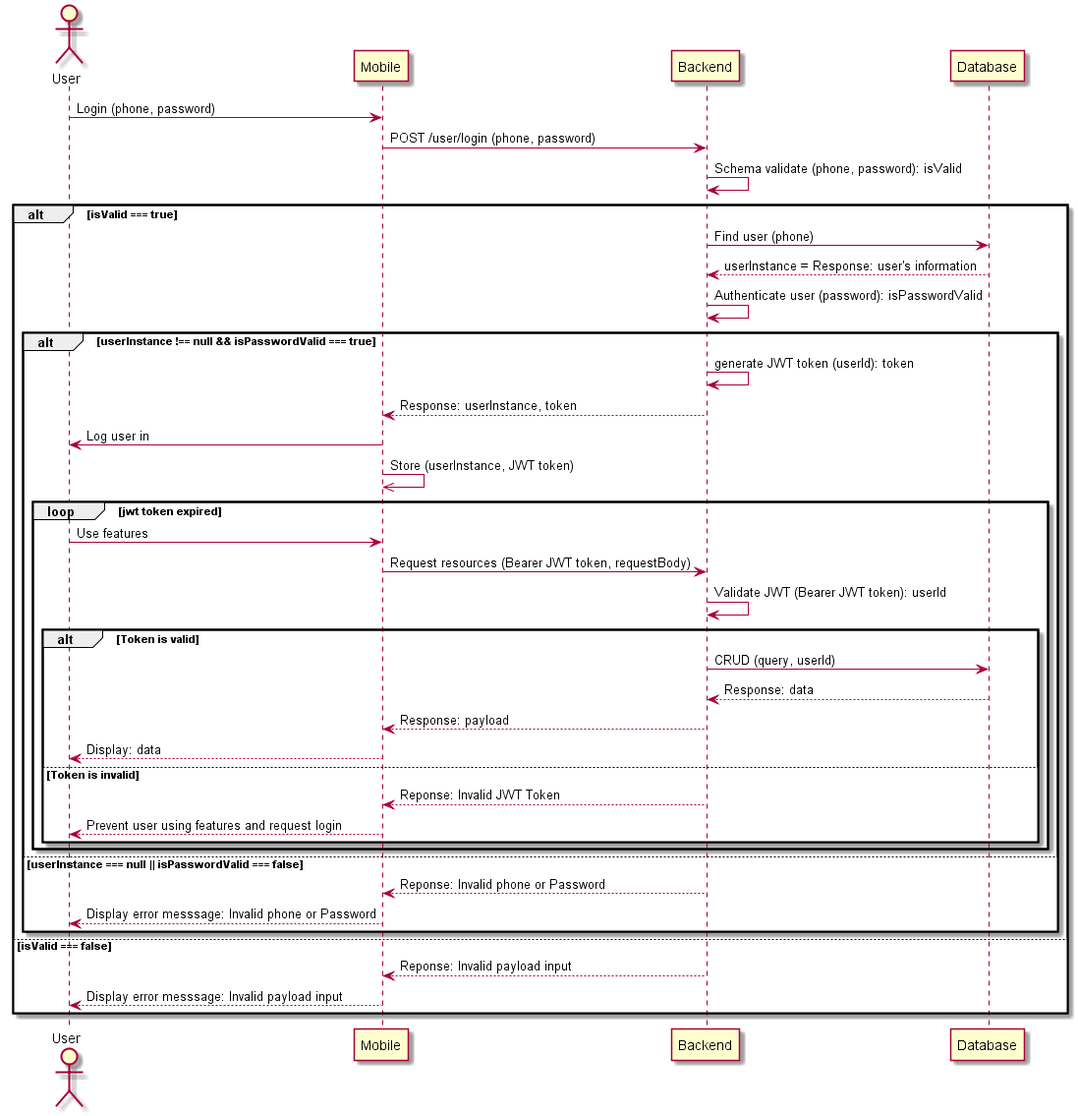
Earlier version of the PlantUML export out/diagrams/loginSequenceDiagram/loginSequenceDiagram.png (miketuannguyen/PizzaApp-PYCO).
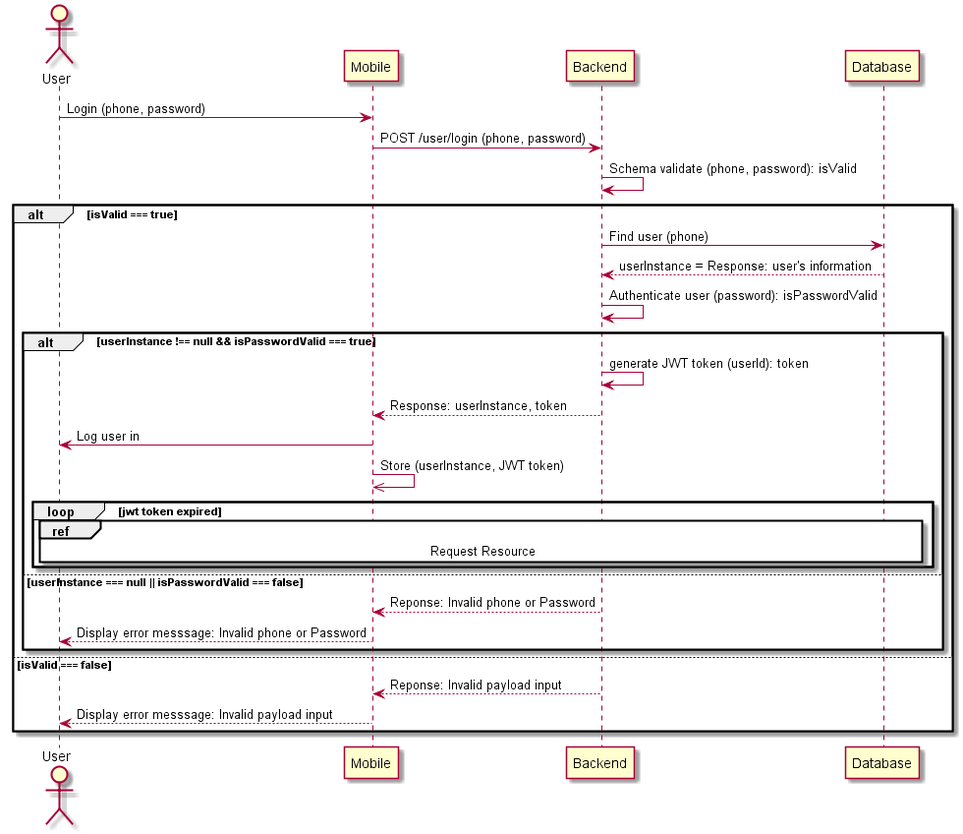
Above is the later version.

Commit message:
seperate sequence diagrams

Diff of the diagram source:
```diff
@@ -16,19 +16,7 @@
     Mobile ->> Mobile: Store (userInstance, JWT token)
 
     loop jwt token expired
-      User -> Mobile: Use features
-      Mobile -> Backend: Request resources (Bearer JWT token, requestBody)
-      Backend -> Backend: Validate JWT (Bearer JWT token): userId
-
-      alt Token is valid
-        Backend -> Database: CRUD (query, userId)
-        Database --> Backend: Response: data
-        Backend --> Mobile: Response: payload
-        Mobile --> User: Display: data
-      else Token is invalid
-        Backend --> Mobile: Reponse: Invalid JWT Token
-        Mobile --> User: Prevent user using features and request login
-      end
+      ref over User, Mobile, Backend, Database: Request Resource
     end
 
   else userInstance === null || isPasswordValid === false
```
